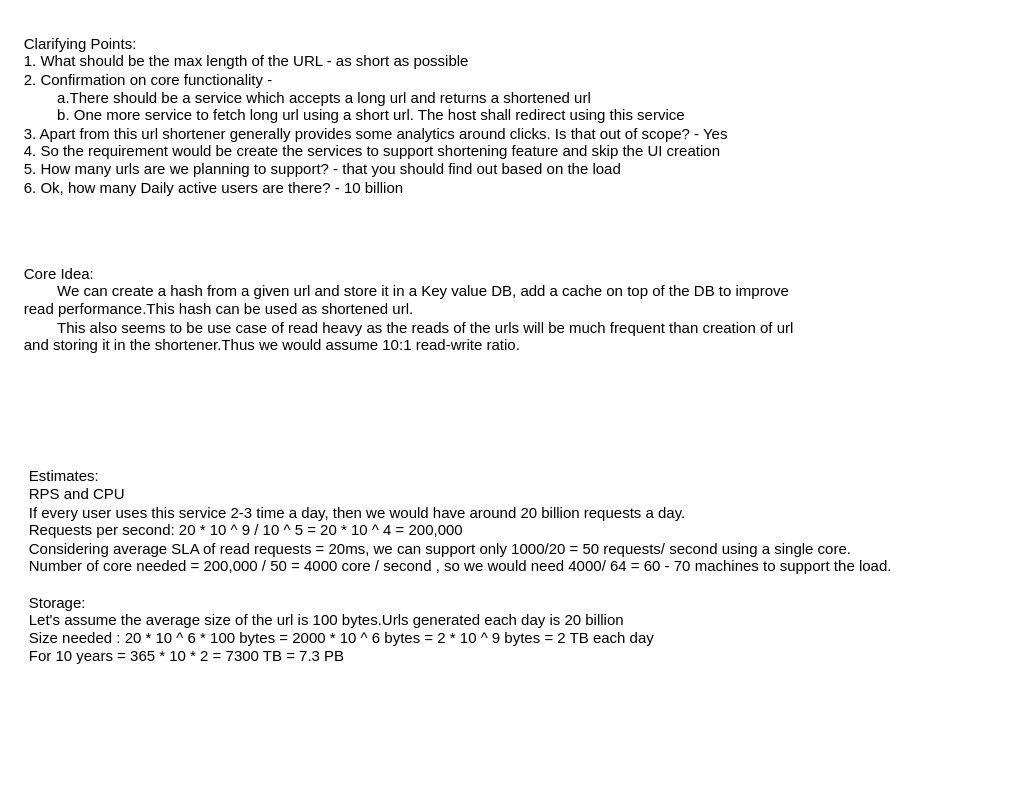
The draw.io diagram URL_Shortener.drawio in AsheshSinha/SystemDesignPractice, before the edit. Source tidied: cells renumbered, new cells numbered last; positions are measured from the earlier drawing's top-left corner, leaving out a move shared by most shapes. Both pictures are drawn from the tidied source at 125%, with x=0, y=0 at pixel (21, 21).
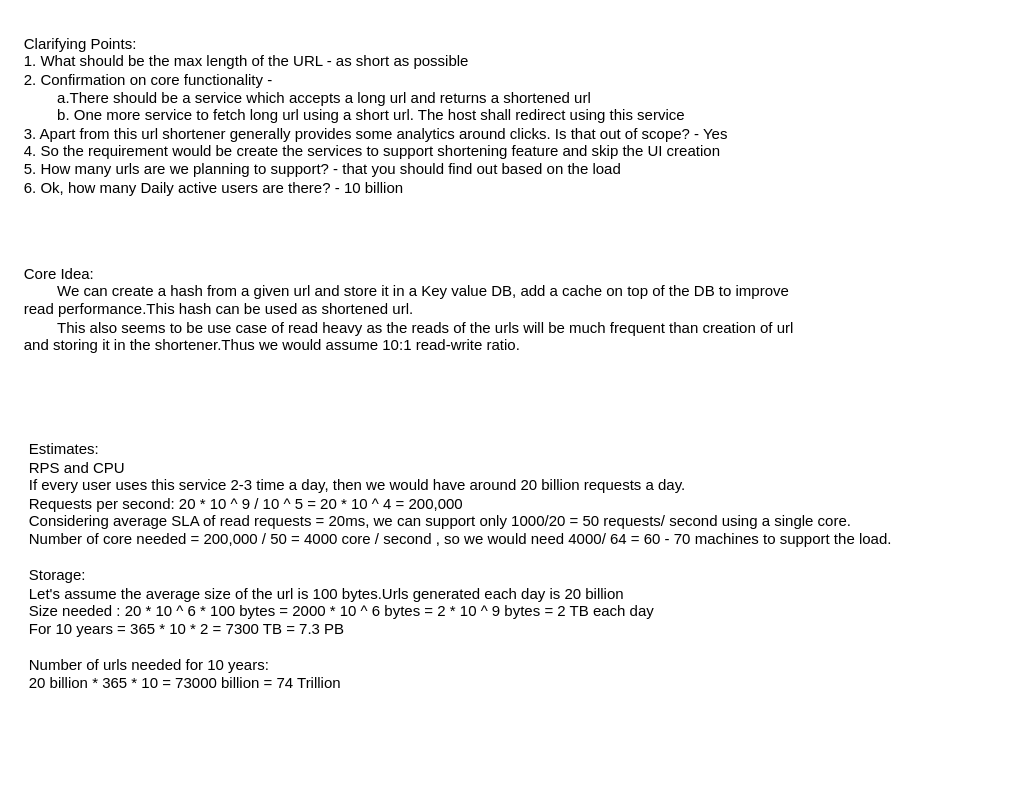
After the change.

Change to the diagram source:
```diff
@@
 <mxGraphModel>
   <root>
     <mxCell id="0" />
     <mxCell id="1" parent="0" />
     <mxCell id="2" value="Clarifying Points:&lt;div&gt;1. What should be the max length of the URL - as short as possible&lt;/div&gt;&lt;div&gt;2. Confirmation on core functionality -&amp;nbsp;&lt;/div&gt;&lt;div&gt;&lt;span style=&quot;white-space: pre;&quot;&gt;&#9;&lt;/span&gt;a.There should be a service which accepts a long url and returns a shortened url&lt;/div&gt;&lt;div&gt;&lt;span style=&quot;white-space: pre;&quot;&gt;&#9;b. One more service to fetch long url using a short url. The host shall redirect using this service&lt;/span&gt;&lt;br&gt;&lt;/div&gt;&lt;div&gt;&lt;span style=&quot;white-space: pre;&quot;&gt;3. Apart from this url shortener generally provides some analytics around clicks. Is that out of scope? - Yes&lt;/span&gt;&lt;/div&gt;&lt;div&gt;&lt;span style=&quot;white-space: pre;&quot;&gt;4. So the requirement would be create the services to support shortening feature and skip the UI creation&lt;/span&gt;&lt;/div&gt;&lt;div&gt;&lt;span style=&quot;white-space: pre;&quot;&gt;5. How many urls are we planning to support? - that you should find out based on the load&lt;/span&gt;&lt;/div&gt;&lt;div&gt;&lt;span style=&quot;white-space: pre;&quot;&gt;6. Ok, how many Daily active users are there? - 10 billion&lt;/span&gt;&lt;/div&gt;" style="text;strokeColor=none;align=left;fillColor=none;html=1;verticalAlign=middle;whiteSpace=wrap;rounded=0;" parent="1" vertex="1">
       <mxGeometry width="790" height="150" as="geometry" />
     </mxCell>
     <mxCell id="3" value="Core Idea:&lt;div&gt;&lt;span style=&quot;white-space: pre;&quot;&gt;&#9;&lt;/span&gt;We can create a hash from a given url and store it in a Key value DB, add a cache on top of the DB to improve read performance.This hash can be used as shortened url.&amp;nbsp;&lt;/div&gt;&lt;div&gt;&lt;span style=&quot;white-space: pre;&quot;&gt;&#9;&lt;/span&gt;This also seems to be use case of read heavy as the reads of the urls will be much frequent than creation of url and storing it in the shortener.Thus we would assume 10:1 read-write ratio.&lt;/div&gt;" style="text;strokeColor=none;align=left;fillColor=none;html=1;verticalAlign=middle;whiteSpace=wrap;rounded=0;" parent="1" vertex="1">
       <mxGeometry y="190" width="630" height="80" as="geometry" />
     </mxCell>
-    <mxCell id="4" value="Estimates:&lt;div&gt;RPS and CPU&lt;br&gt;&lt;div&gt;If every user uses this service 2-3 time a day, then we would have around 20 billion requests a day.&lt;/div&gt;&lt;div&gt;Requests per second: 20 * 10 ^ 9 / 10 ^ 5 = 20 * 10 ^ 4 = 200,000&lt;/div&gt;&lt;div&gt;Considering average SLA of read requests = 20ms, we can support only 1000/20 = 50 requests/ second using a single core.&lt;/div&gt;&lt;div&gt;Number of core needed = 200,000 / 50 = 4000 core / second , so we would need 4000/ 64 = 60 - 70 machines to support the load.&lt;/div&gt;&lt;div&gt;&lt;br&gt;&lt;/div&gt;&lt;div&gt;Storage:&lt;/div&gt;&lt;div&gt;Let's assume the average size of the url is 100 bytes.Urls generated each day is 20 billion&lt;/div&gt;&lt;div&gt;Size needed : 20 * 10 ^ 6 * 100 bytes = 2000 * 10 ^ 6 bytes = 2 * 10 ^ 9 bytes = 2 TB each day&lt;/div&gt;&lt;div&gt;For 10 years = 365 * 10 * 2 = 7300 TB = 7.3 PB&lt;/div&gt;&lt;div&gt;&lt;br&gt;&lt;/div&gt;&lt;div&gt;&lt;br&gt;&lt;/div&gt;&lt;/div&gt;" style="text;strokeColor=none;align=left;fillColor=none;html=1;verticalAlign=middle;whiteSpace=wrap;rounded=0;" parent="1" vertex="1">
+    <mxCell id="4" value="Estimates:&lt;div&gt;RPS and CPU&lt;br&gt;&lt;div&gt;If every user uses this service 2-3 time a day, then we would have around 20 billion requests a day.&lt;/div&gt;&lt;div&gt;Requests per second: 20 * 10 ^ 9 / 10 ^ 5 = 20 * 10 ^ 4 = 200,000&lt;/div&gt;&lt;div&gt;Considering average SLA of read requests = 20ms, we can support only 1000/20 = 50 requests/ second using a single core.&lt;/div&gt;&lt;div&gt;Number of core needed = 200,000 / 50 = 4000 core / second , so we would need 4000/ 64 = 60 - 70 machines to support the load.&lt;/div&gt;&lt;div&gt;&lt;br&gt;&lt;/div&gt;&lt;div&gt;Storage:&lt;/div&gt;&lt;div&gt;Let's assume the average size of the url is 100 bytes.Urls generated each day is 20 billion&lt;/div&gt;&lt;div&gt;Size needed : 20 * 10 ^ 6 * 100 bytes = 2000 * 10 ^ 6 bytes = 2 * 10 ^ 9 bytes = 2 TB each day&lt;/div&gt;&lt;div&gt;For 10 years = 365 * 10 * 2 = 7300 TB = 7.3 PB&lt;/div&gt;&lt;div&gt;&lt;br&gt;&lt;/div&gt;&lt;div&gt;Number of urls needed for 10 years:&amp;nbsp;&lt;/div&gt;&lt;div&gt;20 billion * 365 * 10 = 73000 billion = 74 Trillion&lt;/div&gt;&lt;div&gt;&lt;br&gt;&lt;/div&gt;&lt;div&gt;&lt;br&gt;&lt;/div&gt;&lt;/div&gt;" style="text;strokeColor=none;align=left;fillColor=none;html=1;verticalAlign=middle;whiteSpace=wrap;rounded=0;" parent="1" vertex="1">
       <mxGeometry x="4" y="300" width="760" height="300" as="geometry" />
     </mxCell>
   </root>
 </mxGraphModel>
```
